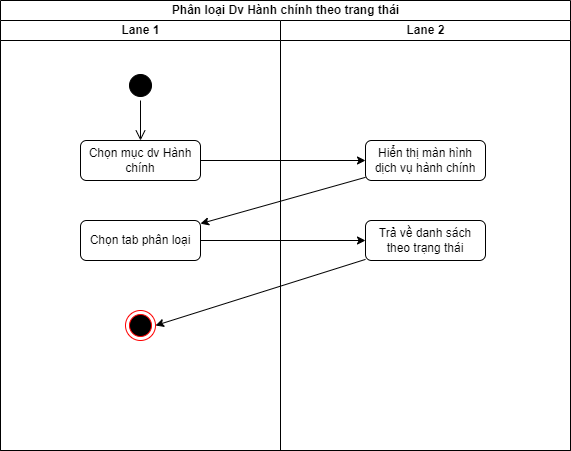
Before: activity diagram/Hành chính công-Phân loại.drawio.png, a diagram exported from draw.io (kienndhn/draw-io). Source tidied: cells renumbered, new cells last; positions are measured from the earlier drawing's top-left corner, leaving out a move shared by most shapes. Its diagram source:
```xml
<mxGraphModel>
  <root>
    <mxCell id="0" />
    <mxCell id="1" parent="0" />
    <mxCell id="2" value="Phân loại Dv Hành chính theo trang thái" style="swimlane;startSize=20;html=1;" parent="1" vertex="1">
      <mxGeometry width="570" height="450" as="geometry" />
    </mxCell>
    <mxCell id="3" value="Lane 1" style="swimlane;startSize=20;html=1;" parent="2" vertex="1">
      <mxGeometry y="20" width="280" height="430" as="geometry" />
    </mxCell>
    <mxCell id="4" style="ellipse;html=1;shape=startState;fillColor=#000000;strokeColor=#000000;" parent="3" vertex="1">
      <mxGeometry x="125" y="50" width="30" height="30" as="geometry" />
    </mxCell>
    <mxCell id="5" style="edgeStyle=orthogonalEdgeStyle;html=1;verticalAlign=bottom;endArrow=open;endSize=8;strokeColor=#000000;rounded=0;entryX=0.5;entryY=0;entryDx=0;entryDy=0;" parent="3" edge="1" source="4" target="6">
      <mxGeometry relative="1" as="geometry" />
    </mxCell>
    <mxCell id="6" value="Chọn mục dv Hành chính" style="rounded=1;whiteSpace=wrap;html=1;strokeColor=#000000;" parent="3" vertex="1">
      <mxGeometry x="80" y="120" width="120" height="40" as="geometry" />
    </mxCell>
    <mxCell id="7" value="Chọn tab phân loại" style="rounded=1;whiteSpace=wrap;html=1;strokeColor=#000000;" parent="3" vertex="1">
      <mxGeometry x="80" y="200" width="120" height="40" as="geometry" />
    </mxCell>
    <mxCell id="8" style="ellipse;html=1;shape=endState;fillColor=#000000;strokeColor=#ff0000;" parent="3" vertex="1">
      <mxGeometry x="125" y="290" width="30" height="30" as="geometry" />
    </mxCell>
    <mxCell id="9" style="edgeStyle=orthogonalEdgeStyle;rounded=0;jettySize=auto;html=1;strokeColor=#000000;" parent="2" edge="1" source="6" target="11">
      <mxGeometry relative="1" as="geometry" />
    </mxCell>
    <mxCell id="10" value="Lane 2" style="swimlane;startSize=20;html=1;" parent="2" vertex="1">
      <mxGeometry x="280" y="20" width="290" height="430" as="geometry" />
    </mxCell>
    <mxCell id="11" value="Hiển thị màn hình dịch vụ hành chính" style="rounded=1;whiteSpace=wrap;html=1;strokeColor=#000000;" parent="10" vertex="1">
      <mxGeometry x="85" y="120" width="120" height="40" as="geometry" />
    </mxCell>
    <mxCell id="12" value="Trả về danh sách theo trạng thái" style="rounded=1;whiteSpace=wrap;html=1;strokeColor=#000000;" parent="10" vertex="1">
      <mxGeometry x="85" y="200" width="120" height="40" as="geometry" />
    </mxCell>
    <mxCell id="13" style="rounded=0;jettySize=auto;html=1;strokeColor=#000000;" parent="2" edge="1" source="11" target="7">
      <mxGeometry relative="1" as="geometry" />
    </mxCell>
    <mxCell id="14" style="edgeStyle=none;rounded=0;jettySize=auto;html=1;strokeColor=#000000;" parent="2" edge="1" source="7" target="12">
      <mxGeometry relative="1" as="geometry" />
    </mxCell>
    <mxCell id="15" style="edgeStyle=none;rounded=0;jettySize=auto;html=1;entryX=1;entryY=0.5;entryDx=0;entryDy=0;strokeColor=#000000;" parent="2" edge="1" source="12" target="8">
      <mxGeometry relative="1" as="geometry" />
    </mxCell>
  </root>
</mxGraphModel>
```
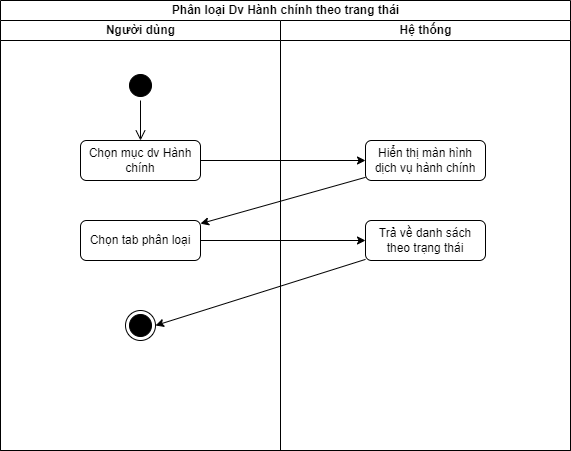
Later version of the same file.

The edit, as a diff of the source:
```diff
@@ -5,7 +5,7 @@
     <mxCell id="2" value="Phân loại Dv Hành chính theo trang thái" style="swimlane;startSize=20;html=1;" parent="1" vertex="1">
       <mxGeometry width="570" height="450" as="geometry" />
     </mxCell>
-    <mxCell id="3" value="Lane 1" style="swimlane;startSize=20;html=1;" parent="2" vertex="1">
+    <mxCell id="3" value="Người dùng" style="swimlane;startSize=20;html=1;" parent="2" vertex="1">
       <mxGeometry y="20" width="280" height="430" as="geometry" />
     </mxCell>
     <mxCell id="4" style="ellipse;html=1;shape=startState;fillColor=#000000;strokeColor=#000000;" parent="3" vertex="1">
@@ -20,13 +20,13 @@
     <mxCell id="7" value="Chọn tab phân loại" style="rounded=1;whiteSpace=wrap;html=1;strokeColor=#000000;" parent="3" vertex="1">
       <mxGeometry x="80" y="200" width="120" height="40" as="geometry" />
     </mxCell>
-    <mxCell id="8" style="ellipse;html=1;shape=endState;fillColor=#000000;strokeColor=#ff0000;" parent="3" vertex="1">
+    <mxCell id="8" style="ellipse;html=1;shape=endState;fillColor=#000000;strokeColor=#000000;" parent="3" vertex="1">
       <mxGeometry x="125" y="290" width="30" height="30" as="geometry" />
     </mxCell>
     <mxCell id="9" style="edgeStyle=orthogonalEdgeStyle;rounded=0;jettySize=auto;html=1;strokeColor=#000000;" parent="2" edge="1" source="6" target="11">
       <mxGeometry relative="1" as="geometry" />
     </mxCell>
-    <mxCell id="10" value="Lane 2" style="swimlane;startSize=20;html=1;" parent="2" vertex="1">
+    <mxCell id="10" value="Hệ thống" style="swimlane;startSize=20;html=1;" parent="2" vertex="1">
       <mxGeometry x="280" y="20" width="290" height="430" as="geometry" />
     </mxCell>
     <mxCell id="11" value="Hiển thị màn hình dịch vụ hành chính" style="rounded=1;whiteSpace=wrap;html=1;strokeColor=#000000;" parent="10" vertex="1">
```
